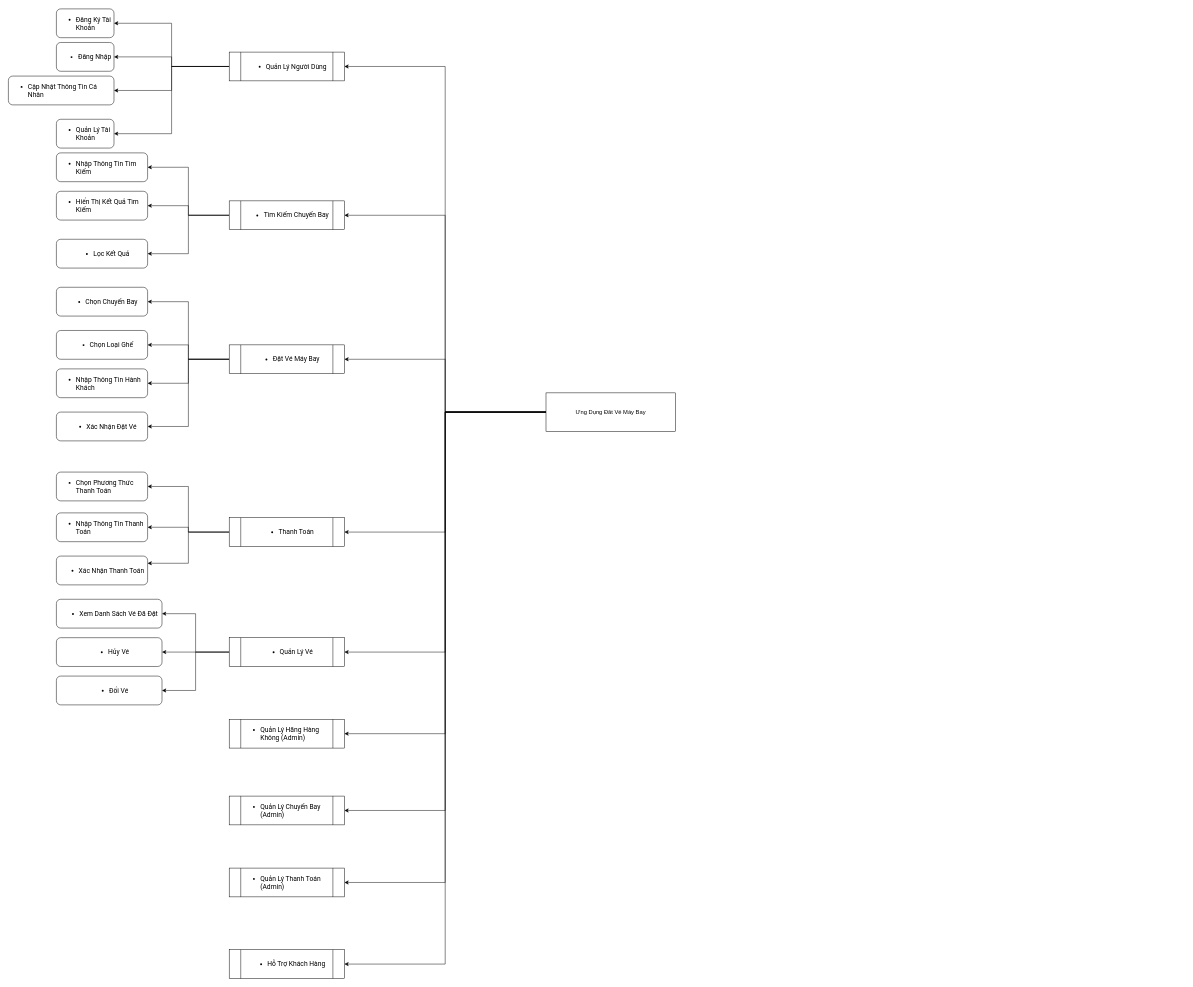
Above: page "Sơ đồ phân cấp chức năng" (2 of 4) of Biểu đồ không có tiêu đề.drawio in DungZG/TrackingFlight (draw.io), before the change. Source tidied: cells renumbered, new cells numbered last; positions are measured from the earlier drawing's top-left corner, leaving out a move shared by most shapes. Both pictures are drawn from the tidied source at 48%, with x=0, y=0 at pixel (8, 9).
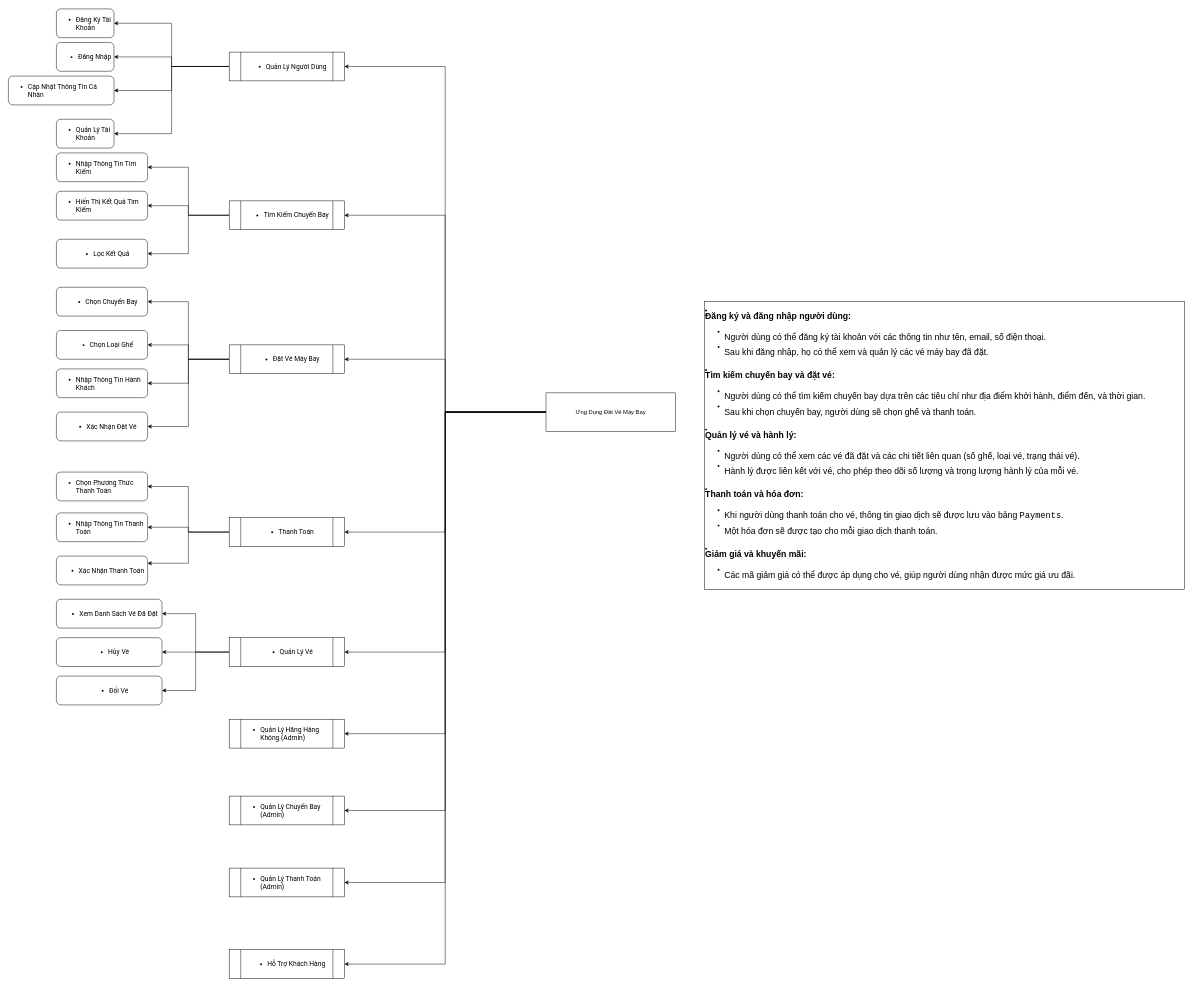
Above is the later version.

What changed in the source:
```diff
@@
+    <mxCell id="56" value="&lt;div style=&quot;line-height: 0%;&quot;&gt;&lt;li class=&quot;&quot;&gt;&lt;p class=&quot;&quot;&gt;&lt;strong&gt;&lt;font style=&quot;font-size: 18px;&quot;&gt;Đăng ký và đăng nhập người dùng:&lt;/font&gt;&lt;/strong&gt;&lt;/p&gt;&lt;font style=&quot;font-size: 18px;&quot;&gt;&lt;br&gt;&lt;/font&gt;&lt;ul&gt;&lt;font style=&quot;font-size: 18px;&quot;&gt;&lt;br&gt;&lt;/font&gt;&lt;li class=&quot;&quot;&gt;&lt;font style=&quot;font-size: 18px;&quot;&gt;&lt;br&gt;&lt;/font&gt;&lt;p class=&quot;&quot;&gt;&lt;font style=&quot;font-size: 18px;&quot;&gt;Người dùng có thể đăng ký tài khoản với các thông tin như tên, email, số điện thoại.&lt;/font&gt;&lt;/p&gt;&lt;font style=&quot;font-size: 18px;&quot;&gt;&lt;br&gt;&lt;/font&gt;&lt;/li&gt;&lt;font style=&quot;font-size: 18px;&quot;&gt;&lt;br&gt;&lt;/font&gt;&lt;li class=&quot;&quot;&gt;&lt;font style=&quot;font-size: 18px;&quot;&gt;&lt;br&gt;&lt;/font&gt;&lt;p class=&quot;&quot;&gt;&lt;font style=&quot;font-size: 18px;&quot;&gt;Sau khi đăng nhập, họ có thể xem và quản lý các vé máy bay đã đặt.&lt;/font&gt;&lt;/p&gt;&lt;font style=&quot;font-size: 18px;&quot;&gt;&lt;br&gt;&lt;/font&gt;&lt;/li&gt;&lt;font style=&quot;font-size: 18px;&quot;&gt;&lt;br&gt;&lt;/font&gt;&lt;/ul&gt;&lt;font style=&quot;font-size: 18px;&quot;&gt;&lt;br&gt;&lt;/font&gt;&lt;/li&gt;&lt;font style=&quot;font-size: 18px;&quot;&gt;&lt;br&gt;&lt;/font&gt;&lt;li class=&quot;&quot;&gt;&lt;font style=&quot;font-size: 18px;&quot;&gt;&lt;br&gt;&lt;/font&gt;&lt;p class=&quot;&quot;&gt;&lt;strong&gt;&lt;font style=&quot;font-size: 18px;&quot;&gt;Tìm kiếm chuyến bay và đặt vé:&lt;/font&gt;&lt;/strong&gt;&lt;/p&gt;&lt;font style=&quot;font-size: 18px;&quot;&gt;&lt;br&gt;&lt;/font&gt;&lt;ul&gt;&lt;font style=&quot;font-size: 18px;&quot;&gt;&lt;br&gt;&lt;/font&gt;&lt;li class=&quot;&quot;&gt;&lt;font style=&quot;font-size: 18px;&quot;&gt;&lt;br&gt;&lt;/font&gt;&lt;p class=&quot;&quot;&gt;&lt;font style=&quot;font-size: 18px;&quot;&gt;Người dùng có thể tìm kiếm chuyến bay dựa trên các tiêu chí như địa điểm khởi hành, điểm đến, và thời gian.&lt;/font&gt;&lt;/p&gt;&lt;font style=&quot;font-size: 18px;&quot;&gt;&lt;br&gt;&lt;/font&gt;&lt;/li&gt;&lt;font style=&quot;font-size: 18px;&quot;&gt;&lt;br&gt;&lt;/font&gt;&lt;li class=&quot;&quot;&gt;&lt;font style=&quot;font-size: 18px;&quot;&gt;&lt;br&gt;&lt;/font&gt;&lt;p class=&quot;&quot;&gt;&lt;font style=&quot;font-size: 18px;&quot;&gt;Sau khi chọn chuyến bay, người dùng sẽ chọn ghế và thanh toán.&lt;/font&gt;&lt;/p&gt;&lt;font style=&quot;font-size: 18px;&quot;&gt;&lt;br&gt;&lt;/font&gt;&lt;/li&gt;&lt;font style=&quot;font-size: 18px;&quot;&gt;&lt;br&gt;&lt;/font&gt;&lt;/ul&gt;&lt;font style=&quot;font-size: 18px;&quot;&gt;&lt;br&gt;&lt;/font&gt;&lt;/li&gt;&lt;font style=&quot;font-size: 18px;&quot;&gt;&lt;br&gt;&lt;/font&gt;&lt;li class=&quot;&quot;&gt;&lt;font style=&quot;font-size: 18px;&quot;&gt;&lt;br&gt;&lt;/font&gt;&lt;p class=&quot;&quot;&gt;&lt;strong&gt;&lt;font style=&quot;font-size: 18px;&quot;&gt;Quản lý vé và hành lý:&lt;/font&gt;&lt;/strong&gt;&lt;/p&gt;&lt;font style=&quot;font-size: 18px;&quot;&gt;&lt;br&gt;&lt;/font&gt;&lt;ul&gt;&lt;font style=&quot;font-size: 18px;&quot;&gt;&lt;br&gt;&lt;/font&gt;&lt;li class=&quot;&quot;&gt;&lt;font style=&quot;font-size: 18px;&quot;&gt;&lt;br&gt;&lt;/font&gt;&lt;p class=&quot;&quot;&gt;&lt;font style=&quot;font-size: 18px;&quot;&gt;Người dùng có thể xem các vé đã đặt và các chi tiết liên quan (số ghế, loại vé, trạng thái vé).&lt;/font&gt;&lt;/p&gt;&lt;font style=&quot;font-size: 18px;&quot;&gt;&lt;br&gt;&lt;/font&gt;&lt;/li&gt;&lt;font style=&quot;font-size: 18px;&quot;&gt;&lt;br&gt;&lt;/font&gt;&lt;li class=&quot;&quot;&gt;&lt;font style=&quot;font-size: 18px;&quot;&gt;&lt;br&gt;&lt;/font&gt;&lt;p class=&quot;&quot;&gt;&lt;font style=&quot;font-size: 18px;&quot;&gt;Hành lý được liên kết với vé, cho phép theo dõi số lượng và trọng lượng hành lý của mỗi vé.&lt;/font&gt;&lt;/p&gt;&lt;font style=&quot;font-size: 18px;&quot;&gt;&lt;br&gt;&lt;/font&gt;&lt;/li&gt;&lt;font style=&quot;font-size: 18px;&quot;&gt;&lt;br&gt;&lt;/font&gt;&lt;/ul&gt;&lt;font style=&quot;font-size: 18px;&quot;&gt;&lt;br&gt;&lt;/font&gt;&lt;/li&gt;&lt;font style=&quot;font-size: 18px;&quot;&gt;&lt;br&gt;&lt;/font&gt;&lt;li class=&quot;&quot;&gt;&lt;font style=&quot;font-size: 18px;&quot;&gt;&lt;br&gt;&lt;/font&gt;&lt;p class=&quot;&quot;&gt;&lt;strong&gt;&lt;font style=&quot;font-size: 18px;&quot;&gt;Thanh toán và hóa đơn:&lt;/font&gt;&lt;/strong&gt;&lt;/p&gt;&lt;font style=&quot;font-size: 18px;&quot;&gt;&lt;br&gt;&lt;/font&gt;&lt;ul&gt;&lt;font style=&quot;font-size: 18px;&quot;&gt;&lt;br&gt;&lt;/font&gt;&lt;li class=&quot;&quot;&gt;&lt;font style=&quot;font-size: 18px;&quot;&gt;&lt;br&gt;&lt;/font&gt;&lt;p class=&quot;&quot;&gt;&lt;font style=&quot;font-size: 18px;&quot;&gt;Khi người dùng thanh toán cho vé, thông tin giao dịch sẽ được lưu vào bảng &lt;code&gt;Payments&lt;/code&gt;.&lt;/font&gt;&lt;/p&gt;&lt;font style=&quot;font-size: 18px;&quot;&gt;&lt;br&gt;&lt;/font&gt;&lt;/li&gt;&lt;font style=&quot;font-size: 18px;&quot;&gt;&lt;br&gt;&lt;/font&gt;&lt;li class=&quot;&quot;&gt;&lt;font style=&quot;font-size: 18px;&quot;&gt;&lt;br&gt;&lt;/font&gt;&lt;p class=&quot;&quot;&gt;&lt;font style=&quot;font-size: 18px;&quot;&gt;Một hóa đơn sẽ được tạo cho mỗi giao dịch thanh toán.&lt;/font&gt;&lt;/p&gt;&lt;font style=&quot;font-size: 18px;&quot;&gt;&lt;br&gt;&lt;/font&gt;&lt;/li&gt;&lt;font style=&quot;font-size: 18px;&quot;&gt;&lt;br&gt;&lt;/font&gt;&lt;/ul&gt;&lt;font style=&quot;font-size: 18px;&quot;&gt;&lt;br&gt;&lt;/font&gt;&lt;/li&gt;&lt;font style=&quot;font-size: 18px;&quot;&gt;&lt;br&gt;&lt;/font&gt;&lt;li class=&quot;&quot;&gt;&lt;font style=&quot;font-size: 18px;&quot;&gt;&lt;br&gt;&lt;/font&gt;&lt;p class=&quot;&quot;&gt;&lt;strong&gt;&lt;font style=&quot;font-size: 18px;&quot;&gt;Giảm giá và khuyến mãi:&lt;/font&gt;&lt;/strong&gt;&lt;/p&gt;&lt;font style=&quot;font-size: 18px;&quot;&gt;&lt;br&gt;&lt;/font&gt;&lt;ul&gt;&lt;font style=&quot;font-size: 18px;&quot;&gt;&lt;br&gt;&lt;/font&gt;&lt;li class=&quot;&quot;&gt;&lt;font style=&quot;font-size: 18px;&quot;&gt;&lt;br&gt;&lt;/font&gt;&lt;p class=&quot;&quot;&gt;&lt;font style=&quot;font-size: 18px;&quot;&gt;Các mã giảm giá có thể được áp dụng cho vé, giúp người dùng nhận được mức giá ưu đãi.&lt;/font&gt;&lt;/p&gt;&lt;/li&gt;&lt;/ul&gt;&lt;/li&gt;&lt;/div&gt;" style="whiteSpace=wrap;html=1;align=left;" parent="1" vertex="1">
+      <mxGeometry x="1450" y="610" width="1000" height="600" as="geometry" />
+    </mxCell>
```
